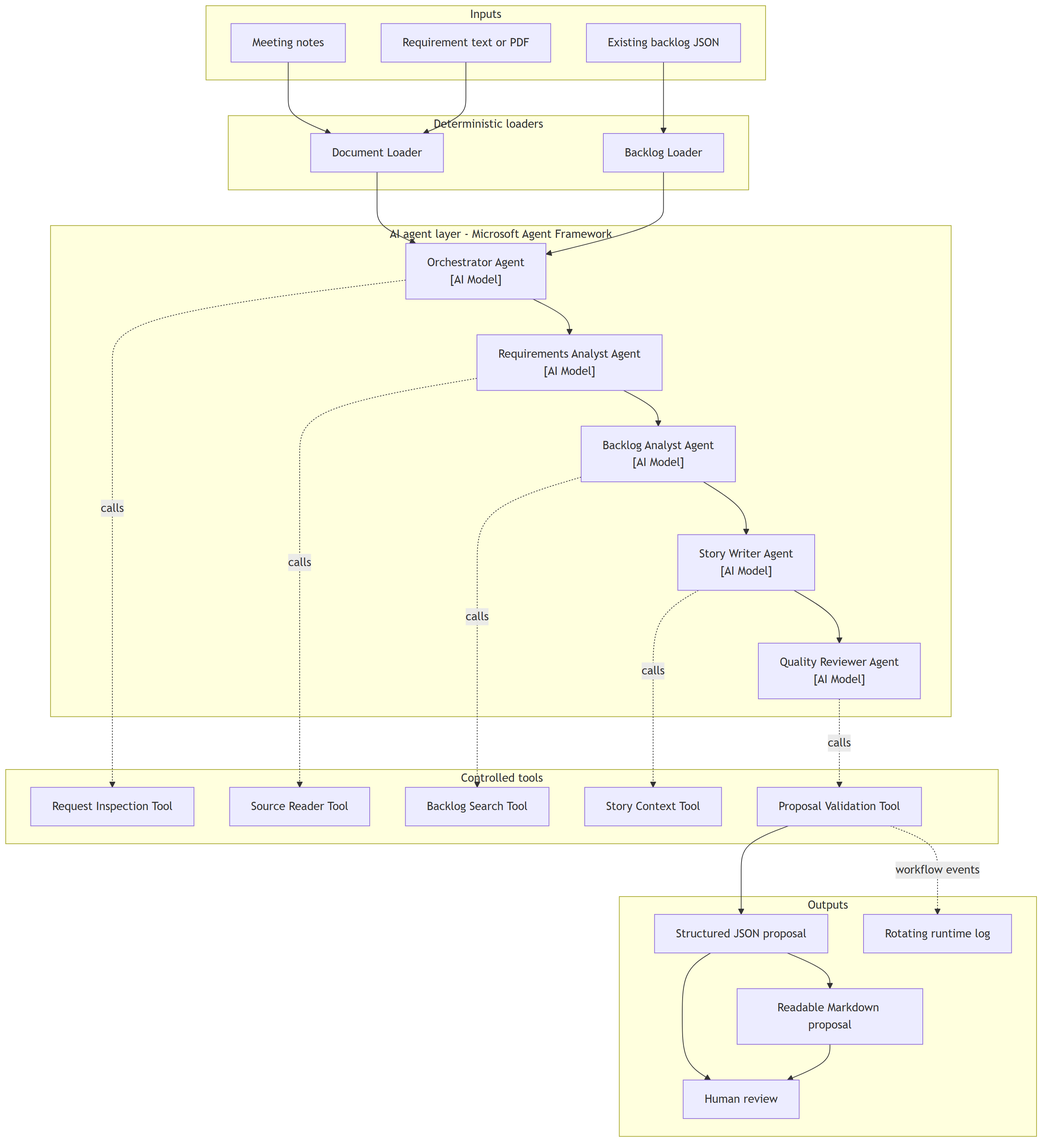
Earlier version of the Mermaid export docs/architecture.png (sjnoolkar-accenture/Smart-Backlog-Assistant). Its source is kept beside it as docs/architecture.mmd.
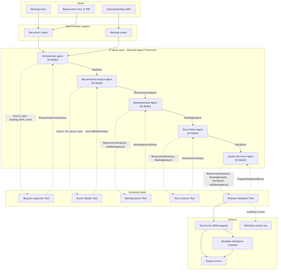
The same diagram one commit later.

Commit message:
Enhance architecture diagram with additional relationships and clarify data flow

Diff of the diagram source:
```diff
@@ -39,16 +39,21 @@
     L --> O
     BL --> O
 
-    O --> R
-    R --> A
-    A --> S
-    S --> Q
+    O -- "WorkPlan" --> R
+    R -- "RequirementAnalysis" --> A
+    A -- "BacklogAnalysis" --> S
+    S -- "StoryDraft" --> Q
 
-    O -. calls .-> RI
-    R -. calls .-> SR
-    A -. calls .-> BS
-    S -. calls .-> SC
-    Q -. calls .-> PV
+    O -. "source_type, backlog_item_count" .-> RI
+    RI -. "RequestInspectionOutput" .-> O
+    R -. "source: str, source_type" .-> SR
+    SR -. "SourceReaderOutput" .-> R
+    A -. "RequirementAnalysis, list[BacklogItem]" .-> BS
+    BS -. "BacklogSearchOutput" .-> A
+    S -. "RequirementAnalysis, BacklogAnalysis" .-> SC
+    SC -. "StoryContextOutput" .-> S
+    Q -. "RequirementAnalysis, BacklogAnalysis, StoryDraft, list[BacklogItem]" .-> PV
+    PV -. "ProposalValidationResult" .-> Q
 
     PV --> J
     PV -. workflow events .-> LOG
```
